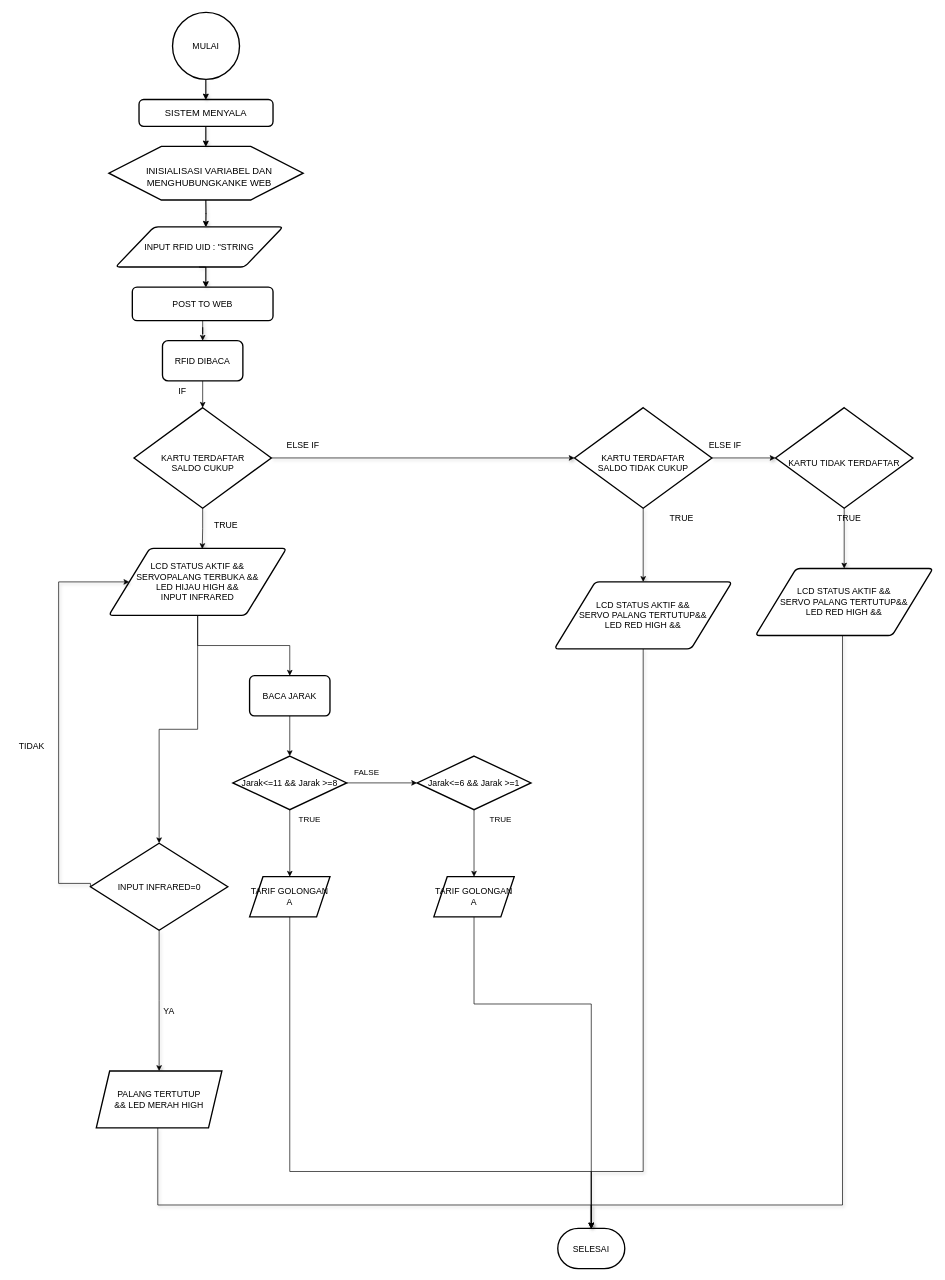
Above: flowchartsystemtol.drawio in ilhamdestyo/draw.io (draw.io), before the change. Source tidied: cells renumbered, new cells numbered last; positions are measured from the earlier drawing's top-left corner, leaving out a move shared by most shapes. Both pictures are drawn from the tidied source at 67%, with x=0, y=0 at pixel (11, 12).
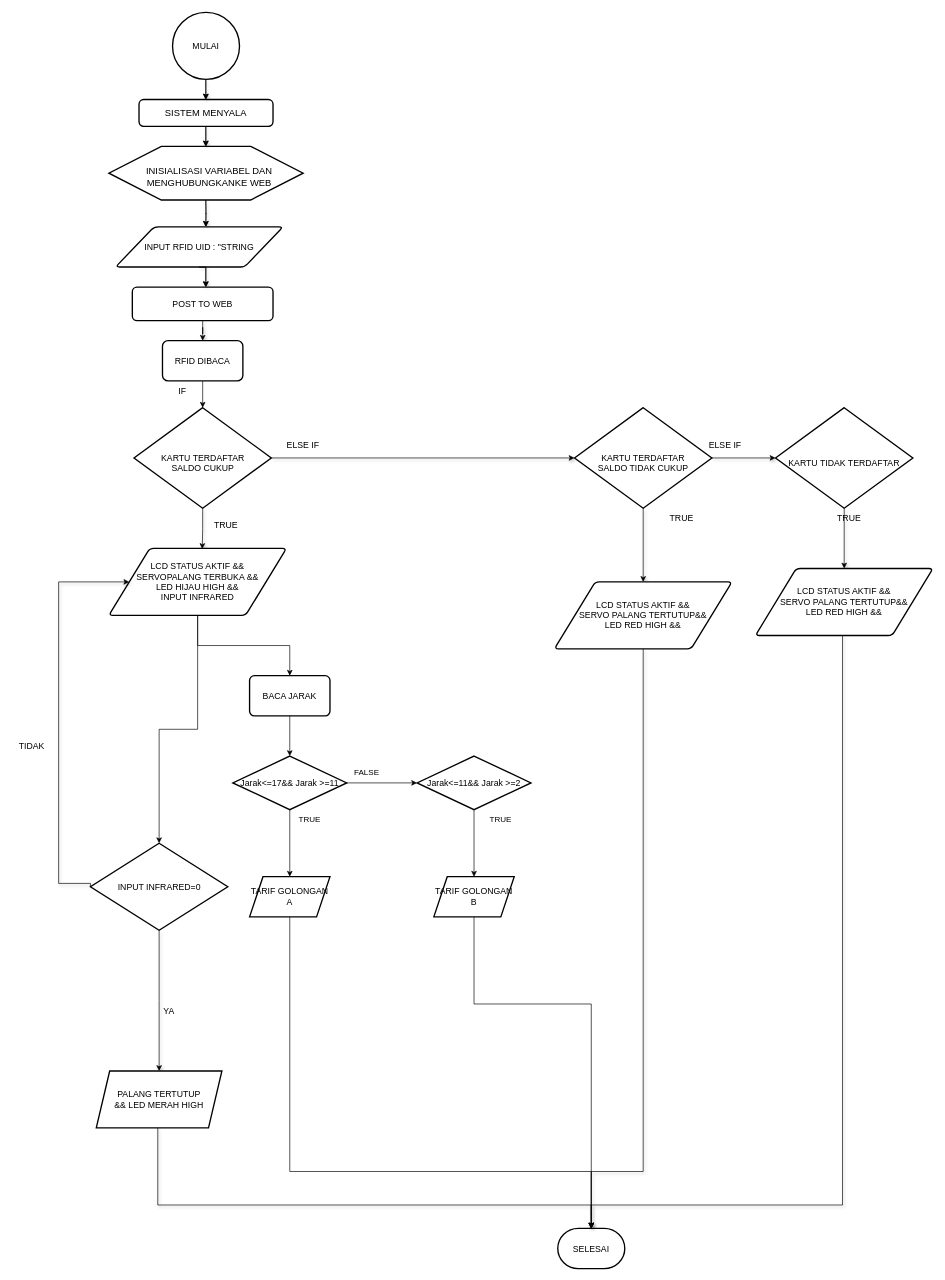
Above is the later version.

The edit, as a diff of the source:
```diff
@@
-    <mxCell id="49" value="Jarak&amp;lt;=11 &amp;amp;&amp;amp; Jarak &amp;gt;=8" style="strokeWidth=2;html=1;shape=mxgraph.flowchart.decision;whiteSpace=wrap;fontSize=13;" parent="1" vertex="1">
+    <mxCell id="49" value="Jarak&amp;lt;=17&amp;amp;&amp;amp; Jarak &amp;gt;=11" style="strokeWidth=2;html=1;shape=mxgraph.flowchart.decision;whiteSpace=wrap;fontSize=13;" parent="1" vertex="1">
       <mxGeometry x="330" y="1110" width="170" height="80" as="geometry" />
     </mxCell>
@@
-    <mxCell id="55" value="Jarak&amp;lt;=6 &amp;amp;&amp;amp; Jarak &amp;gt;=1" style="strokeWidth=2;html=1;shape=mxgraph.flowchart.decision;whiteSpace=wrap;fontSize=13;" parent="1" vertex="1">
+    <mxCell id="55" value="Jarak&amp;lt;=11&amp;amp;&amp;amp; Jarak &amp;gt;=2" style="strokeWidth=2;html=1;shape=mxgraph.flowchart.decision;whiteSpace=wrap;fontSize=13;" parent="1" vertex="1">
       <mxGeometry x="605" y="1110" width="170" height="80" as="geometry" />
     </mxCell>
@@
-    <mxCell id="57" value="TARIF GOLONGAN A" style="shape=parallelogram;perimeter=parallelogramPerimeter;whiteSpace=wrap;html=1;fixedSize=1;fontSize=13;strokeWidth=2;" parent="1" vertex="1">
+    <mxCell id="57" value="TARIF GOLONGAN B" style="shape=parallelogram;perimeter=parallelogramPerimeter;whiteSpace=wrap;html=1;fixedSize=1;fontSize=13;strokeWidth=2;" parent="1" vertex="1">
       <mxGeometry x="630" y="1290" width="120" height="60" as="geometry" />
     </mxCell>
```
